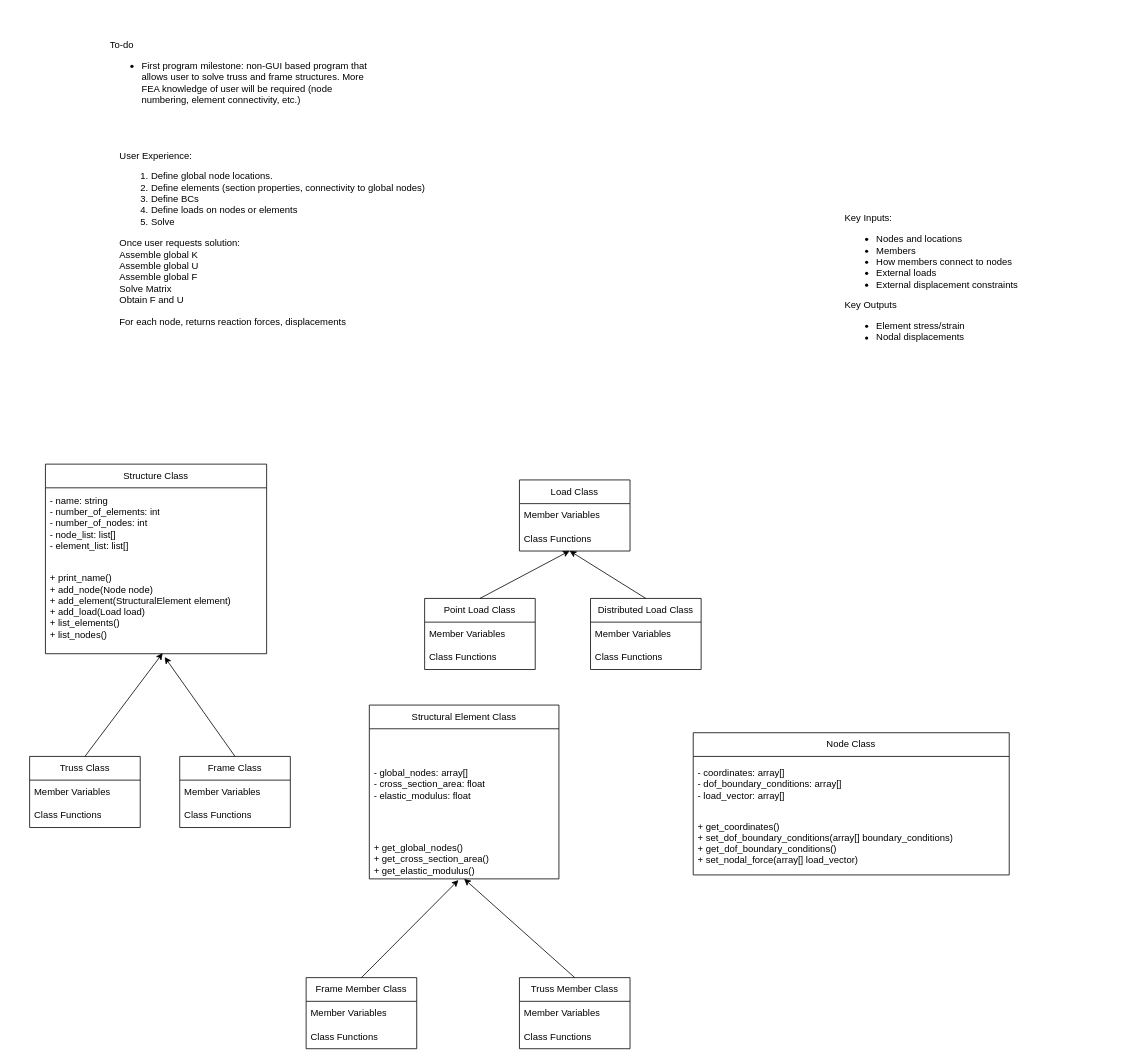
Earlier version of the draw.io diagram Program Structure.drawio (nickmenz/PySAP). Source tidied: cells renumbered, new cells numbered last; positions are measured from the earlier drawing's top-left corner, leaving out a move shared by most shapes. Both pictures are drawn from the tidied source at 79%, with x=0, y=0 at pixel (29, 13).
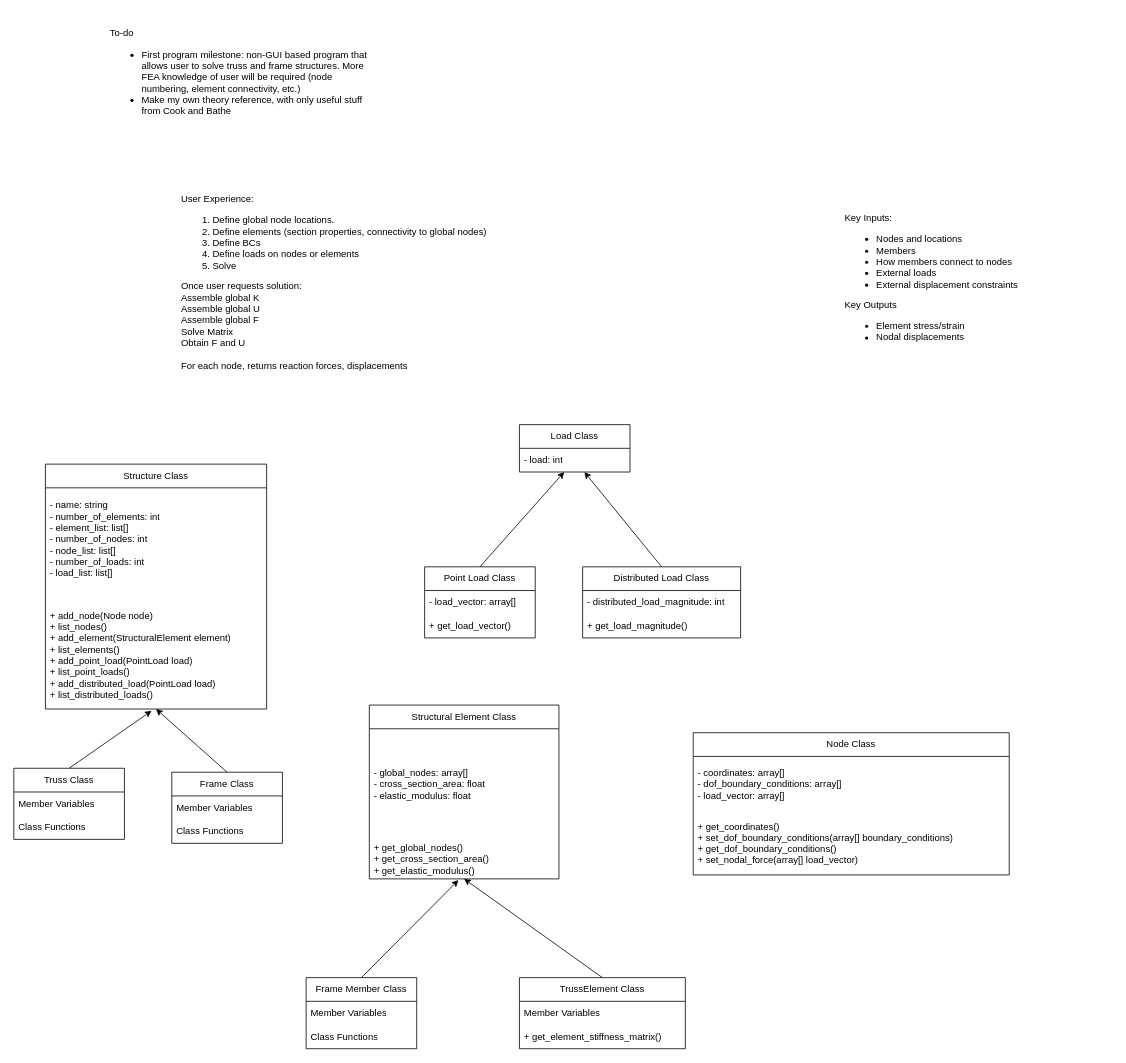
The same page after the edit.

Change to the diagram source:
```diff
@@
     <mxCell id="8" value="Structure Class" style="swimlane;fontStyle=0;horizontal=1;startSize=30;whiteSpace=wrap;html=1;" parent="1" vertex="1">
-      <mxGeometry x="20" y="570" width="280" height="240" as="geometry" />
+      <mxGeometry x="20" y="570" width="280" height="310" as="geometry" />
     </mxCell>
-    <mxCell id="9" value="- name: string&lt;br&gt;- number_of_elements: int&lt;br&gt;- number_of_nodes: int&lt;br&gt;- node_list: list[]&lt;br&gt;- element_list: list[]" style="text;strokeColor=none;fillColor=none;align=left;verticalAlign=middle;spacingLeft=4;spacingRight=4;overflow=hidden;whiteSpace=wrap;html=1;" parent="8" vertex="1">
-      <mxGeometry y="30" width="280" height="90" as="geometry" />
+    <mxCell id="9" value="- name: string&lt;br&gt;- number_of_elements: int&lt;br&gt;- element_list: list[]&lt;br&gt;- number_of_nodes: int&lt;br&gt;- node_list: list[]&lt;br&gt;- number_of_loads: int&lt;br&gt;- load_list: list[]" style="text;strokeColor=none;fillColor=none;align=left;verticalAlign=middle;spacingLeft=4;spacingRight=4;overflow=hidden;whiteSpace=wrap;html=1;" parent="8" vertex="1">
+      <mxGeometry y="30" width="280" height="130" as="geometry" />
     </mxCell>
-    <mxCell id="10" value="+ print_name()&lt;br&gt;+ add_node(Node node)&lt;br&gt;+ add_element(StructuralElement element)&lt;br&gt;+ add_load(Load load)&lt;br&gt;+ list_elements()&lt;br&gt;+ list_nodes()&lt;br&gt;" style="text;strokeColor=none;fillColor=none;align=left;verticalAlign=middle;spacingLeft=4;spacingRight=4;overflow=hidden;points=[[0,0.5],[1,0.5]];portConstraint=eastwest;whiteSpace=wrap;html=1;" parent="8" vertex="1">
-      <mxGeometry y="120" width="280" height="120" as="geometry" />
+    <mxCell id="10" value="&lt;br&gt;+ add_node(Node node)&lt;br&gt;+ list_nodes()&lt;br&gt;+ add_element(StructuralElement element)&lt;br&gt;+ list_elements()&lt;br&gt;+ add_point_load(PointLoad load)&lt;br&gt;+ list_point_loads()&lt;br&gt;+ add_distributed_load(PointLoad load)&lt;br&gt;+ list_distributed_loads()" style="text;strokeColor=none;fillColor=none;align=left;verticalAlign=middle;spacingLeft=4;spacingRight=4;overflow=hidden;points=[[0,0.5],[1,0.5]];portConstraint=eastwest;whiteSpace=wrap;html=1;" parent="8" vertex="1">
+      <mxGeometry y="160" width="280" height="150" as="geometry" />
     </mxCell>
     <mxCell id="11" value="Truss Class" style="swimlane;fontStyle=0;horizontal=1;startSize=30;whiteSpace=wrap;html=1;" parent="1" vertex="1">
-      <mxGeometry y="940" width="140" height="90" as="geometry" />
+      <mxGeometry x="-20" y="955" width="140" height="90" as="geometry" />
     </mxCell>
@@
     <mxCell id="14" value="Frame Class" style="swimlane;fontStyle=0;horizontal=1;startSize=30;whiteSpace=wrap;html=1;" parent="1" vertex="1">
-      <mxGeometry x="190" y="940" width="140" height="90" as="geometry" />
+      <mxGeometry x="180" y="960" width="140" height="90" as="geometry" />
     </mxCell>
@@
-    <mxCell id="17" style="endArrow=classic;html=1;rounded=0;entryX=0.53;entryY=0.994;entryDx=0;entryDy=0;entryPerimeter=0;exitX=0.5;exitY=0;exitDx=0;exitDy=0;" parent="1" edge="1" source="11" target="10">
+    <mxCell id="17" style="endArrow=classic;html=1;rounded=0;entryX=0.48;entryY=1.015;entryDx=0;entryDy=0;entryPerimeter=0;exitX=0.5;exitY=0;exitDx=0;exitDy=0;" parent="1" edge="1" source="11" target="10">
       <mxGeometry relative="1" as="geometry" />
     </mxCell>
-    <mxCell id="18" style="endArrow=classic;html=1;rounded=0;entryX=0.539;entryY=1.035;entryDx=0;entryDy=0;entryPerimeter=0;exitX=0.5;exitY=0;exitDx=0;exitDy=0;" parent="1" edge="1" source="14" target="10">
-      <mxGeometry relative="1" as="geometry" />
+    <mxCell id="18" style="endArrow=classic;html=1;rounded=0;exitX=0.5;exitY=0;exitDx=0;exitDy=0;" parent="1" edge="1" source="14">
+      <mxGeometry relative="1" as="geometry">
+        <mxPoint x="160" y="880" as="targetPoint" />
+      </mxGeometry>
     </mxCell>
     <mxCell id="19" value="Load Class" style="swimlane;fontStyle=0;horizontal=1;startSize=30;whiteSpace=wrap;html=1;" parent="1" vertex="1">
-      <mxGeometry x="620" y="590" width="140" height="90" as="geometry" />
+      <mxGeometry x="620" y="520" width="140" height="60" as="geometry" />
     </mxCell>
-    <mxCell id="20" value="Member Variables" style="text;strokeColor=none;fillColor=none;align=left;verticalAlign=middle;spacingLeft=4;spacingRight=4;overflow=hidden;points=[[0,0.5],[1,0.5]];portConstraint=eastwest;whiteSpace=wrap;html=1;" parent="19" vertex="1">
+    <mxCell id="20" value="- load: int" style="text;strokeColor=none;fillColor=none;align=left;verticalAlign=middle;spacingLeft=4;spacingRight=4;overflow=hidden;points=[[0,0.5],[1,0.5]];portConstraint=eastwest;whiteSpace=wrap;html=1;" parent="19" vertex="1">
       <mxGeometry y="30" width="140" height="30" as="geometry" />
     </mxCell>
-    <mxCell id="21" value="Class Functions" style="text;strokeColor=none;fillColor=none;align=left;verticalAlign=middle;spacingLeft=4;spacingRight=4;overflow=hidden;points=[[0,0.5],[1,0.5]];portConstraint=eastwest;whiteSpace=wrap;html=1;" parent="19" vertex="1">
-      <mxGeometry y="60" width="140" height="30" as="geometry" />
-    </mxCell>
     <mxCell id="22" value="Point Load Class" style="swimlane;fontStyle=0;horizontal=1;startSize=30;whiteSpace=wrap;html=1;" parent="1" vertex="1">
-      <mxGeometry x="500" y="740" width="140" height="90" as="geometry" />
+      <mxGeometry x="500" y="700" width="140" height="90" as="geometry" />
     </mxCell>
-    <mxCell id="23" value="Member Variables" style="text;strokeColor=none;fillColor=none;align=left;verticalAlign=middle;spacingLeft=4;spacingRight=4;overflow=hidden;whiteSpace=wrap;html=1;" parent="22" vertex="1">
+    <mxCell id="23" value="- load_vector: array[]" style="text;strokeColor=none;fillColor=none;align=left;verticalAlign=middle;spacingLeft=4;spacingRight=4;overflow=hidden;whiteSpace=wrap;html=1;" parent="22" vertex="1">
       <mxGeometry y="30" width="140" height="30" as="geometry" />
     </mxCell>
-    <mxCell id="24" value="Class Functions" style="text;strokeColor=none;fillColor=none;align=left;verticalAlign=middle;spacingLeft=4;spacingRight=4;overflow=hidden;whiteSpace=wrap;html=1;" parent="22" vertex="1">
+    <mxCell id="24" value="+ get_load_vector()" style="text;strokeColor=none;fillColor=none;align=left;verticalAlign=middle;spacingLeft=4;spacingRight=4;overflow=hidden;whiteSpace=wrap;html=1;" parent="22" vertex="1">
       <mxGeometry y="60" width="140" height="30" as="geometry" />
     </mxCell>
     <mxCell id="25" value="Distributed Load Class" style="swimlane;fontStyle=0;horizontal=1;startSize=30;whiteSpace=wrap;html=1;" parent="1" vertex="1">
-      <mxGeometry x="710" y="740" width="140" height="90" as="geometry" />
+      <mxGeometry x="700" y="700" width="200" height="90" as="geometry" />
     </mxCell>
-    <mxCell id="26" value="Member Variables" style="text;strokeColor=none;fillColor=none;align=left;verticalAlign=middle;spacingLeft=4;spacingRight=4;overflow=hidden;whiteSpace=wrap;html=1;" parent="25" vertex="1">
-      <mxGeometry y="30" width="140" height="30" as="geometry" />
+    <mxCell id="26" value="-&amp;nbsp;distributed_load_magnitude: int" style="text;strokeColor=none;fillColor=none;align=left;verticalAlign=middle;spacingLeft=4;spacingRight=4;overflow=hidden;whiteSpace=wrap;html=1;" parent="25" vertex="1">
+      <mxGeometry y="30" width="200" height="30" as="geometry" />
     </mxCell>
-    <mxCell id="27" value="Class Functions" style="text;strokeColor=none;fillColor=none;align=left;verticalAlign=middle;spacingLeft=4;spacingRight=4;overflow=hidden;whiteSpace=wrap;html=1;" parent="25" vertex="1">
-      <mxGeometry y="60" width="140" height="30" as="geometry" />
+    <mxCell id="27" value="+ get_load_magnitude()" style="text;strokeColor=none;fillColor=none;align=left;verticalAlign=middle;spacingLeft=4;spacingRight=4;overflow=hidden;whiteSpace=wrap;html=1;" parent="25" vertex="1">
+      <mxGeometry y="60" width="200" height="30" as="geometry" />
     </mxCell>
-    <mxCell id="28" style="endArrow=classic;html=1;rounded=0;entryX=0.454;entryY=0.993;entryDx=0;entryDy=0;entryPerimeter=0;exitX=0.5;exitY=0;exitDx=0;exitDy=0;" parent="1" edge="1" source="22" target="21">
+    <mxCell id="28" style="endArrow=classic;html=1;rounded=0;exitX=0.5;exitY=0;exitDx=0;exitDy=0;" parent="1" edge="1" source="22" target="20">
       <mxGeometry relative="1" as="geometry" />
     </mxCell>
-    <mxCell id="29" style="endArrow=classic;html=1;rounded=0;entryX=0.454;entryY=0.993;entryDx=0;entryDy=0;entryPerimeter=0;exitX=0.5;exitY=0;exitDx=0;exitDy=0;" parent="1" edge="1" source="25" target="21">
+    <mxCell id="29" style="endArrow=classic;html=1;rounded=0;exitX=0.5;exitY=0;exitDx=0;exitDy=0;" parent="1" edge="1" source="25" target="20">
       <mxGeometry relative="1" as="geometry" />
     </mxCell>
@@
-    <mxCell id="33" value="Truss Member Class" style="swimlane;fontStyle=0;horizontal=1;startSize=30;whiteSpace=wrap;html=1;" parent="1" vertex="1">
-      <mxGeometry x="620" y="1220" width="140" height="90" as="geometry" />
+    <mxCell id="33" value="TrussElement Class" style="swimlane;fontStyle=0;horizontal=1;startSize=30;whiteSpace=wrap;html=1;" parent="1" vertex="1">
+      <mxGeometry x="620" y="1220" width="210" height="90" as="geometry" />
     </mxCell>
     <mxCell id="34" value="Member Variables" style="text;strokeColor=none;fillColor=none;align=left;verticalAlign=middle;spacingLeft=4;spacingRight=4;overflow=hidden;whiteSpace=wrap;html=1;" parent="33" vertex="1">
-      <mxGeometry y="30" width="140" height="30" as="geometry" />
+      <mxGeometry y="30" width="210" height="30" as="geometry" />
     </mxCell>
-    <mxCell id="35" value="Class Functions" style="text;strokeColor=none;fillColor=none;align=left;verticalAlign=middle;spacingLeft=4;spacingRight=4;overflow=hidden;whiteSpace=wrap;html=1;" parent="33" vertex="1">
-      <mxGeometry y="60" width="140" height="30" as="geometry" />
+    <mxCell id="35" value="+ get_element_stiffness_matrix()" style="text;strokeColor=none;fillColor=none;align=left;verticalAlign=middle;spacingLeft=4;spacingRight=4;overflow=hidden;whiteSpace=wrap;html=1;" parent="33" vertex="1">
+      <mxGeometry y="60" width="210" height="30" as="geometry" />
     </mxCell>
@@
-    <mxCell id="39" value="To-do&lt;br&gt;&lt;ul&gt;&lt;li&gt;First program milestone: non-GUI based program that allows user to solve truss and frame structures. More FEA knowledge of user will be required (node numbering, element connectivity, etc.)&lt;/li&gt;&lt;/ul&gt;" style="text;html=1;strokeColor=none;fillColor=none;align=left;verticalAlign=middle;whiteSpace=wrap;rounded=0;" parent="1" vertex="1">
+    <mxCell id="39" value="To-do&lt;br&gt;&lt;ul&gt;&lt;li&gt;First program milestone: non-GUI based program that allows user to solve truss and frame structures. More FEA knowledge of user will be required (node numbering, element connectivity, etc.)&lt;/li&gt;&lt;li&gt;Make my own theory reference, with only useful stuff from Cook and Bathe&lt;/li&gt;&lt;/ul&gt;" style="text;html=1;strokeColor=none;fillColor=none;align=left;verticalAlign=middle;whiteSpace=wrap;rounded=0;" parent="1" vertex="1">
       <mxGeometry x="100" width="340" height="160" as="geometry" />
     </mxCell>
     <mxCell id="40" value="User Experience:&lt;br&gt;&lt;ol&gt;&lt;li&gt;Define global node locations.&lt;/li&gt;&lt;li&gt;Define elements (section properties, connectivity to global nodes)&lt;/li&gt;&lt;li&gt;Define BCs&amp;nbsp;&lt;/li&gt;&lt;li&gt;Define loads on nodes or elements&lt;/li&gt;&lt;li&gt;Solve&lt;/li&gt;&lt;/ol&gt;&lt;div&gt;Once user requests solution:&lt;/div&gt;&lt;div&gt;Assemble global K&lt;/div&gt;&lt;div&gt;Assemble global U&lt;/div&gt;&lt;div&gt;Assemble global F&lt;/div&gt;&lt;div&gt;Solve Matrix&lt;/div&gt;&lt;div&gt;Obtain F and U&lt;/div&gt;&lt;div&gt;&lt;br&gt;&lt;/div&gt;&lt;div&gt;For each node, returns reaction forces, displacements&lt;/div&gt;" style="text;html=1;strokeColor=none;fillColor=none;align=left;verticalAlign=middle;whiteSpace=wrap;rounded=0;" parent="1" vertex="1">
-      <mxGeometry x="112" y="170" width="400" height="230" as="geometry" />
+      <mxGeometry x="190" y="225" width="400" height="230" as="geometry" />
     </mxCell>
```
